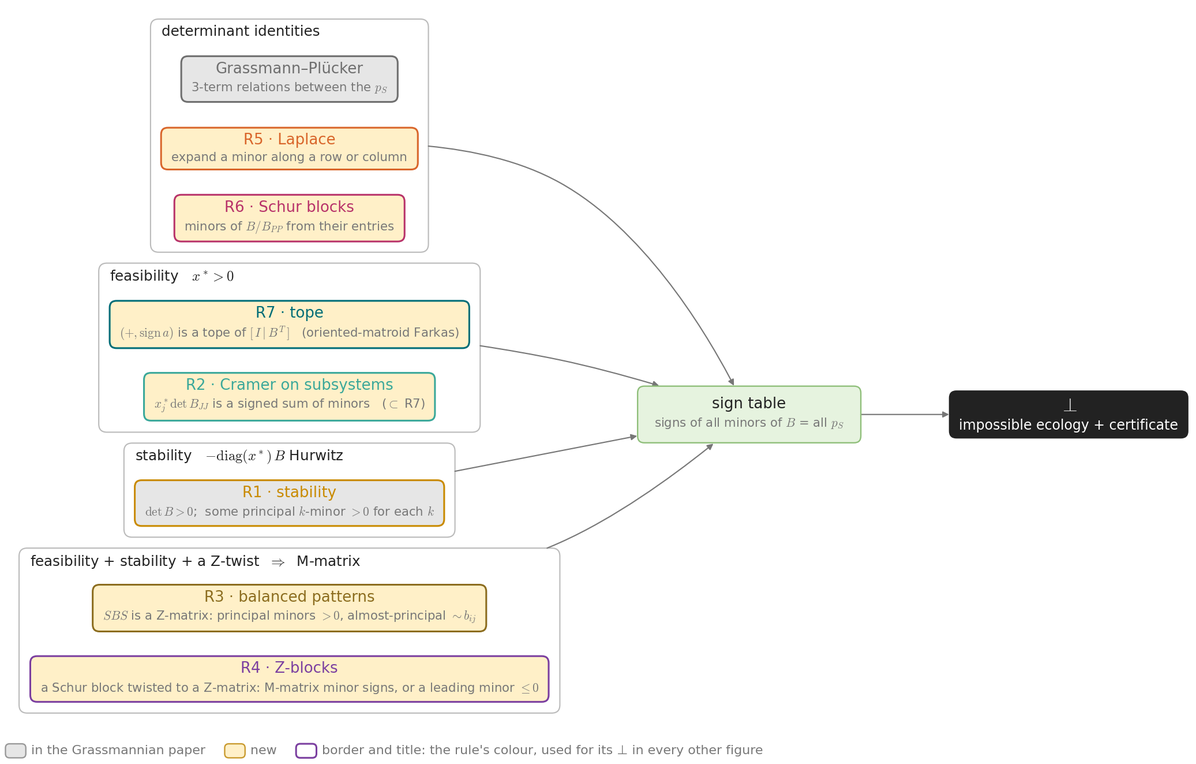
Above: docs/figures/sign_rules.png in gescholt/signrules (Graphviz), before the change. Its source is kept beside it as docs/figures/sign_rules.dot. The source it was exported from:
```dot
digraph G {
  graph [rankdir=LR, nodesep=0.25, ranksep=0.9, fontname="Helvetica", fontsize=11, dpi=72, compound=true];
  node [fontname="Helvetica", fontsize=11, style="rounded,filled"];
  edge [arrowsize=0.6];
  subgraph "cluster_id" {
    style="rounded"; color="#bbbbbb"; margin=8.0; label="determinant identities"; fontsize=10.45; labeljust=l;
    "GP" [label="Grassmann–Plücker\n3-term relations between the p_S", shape=box, fillcolor="#e6e6e6", color="#6f6f6f"];
    "R5" [label="R5 · Laplace\nexpand a minor along a row or column", shape=box, fillcolor="#fff0c8", color="#d9662b"];
    "R6" [label="R6 · Schur blocks\nminors of B / B_PP from their entries", shape=box, fillcolor="#fff0c8", color="#b8336a"];
  }
  subgraph "cluster_feas" {
    style="rounded"; color="#bbbbbb"; margin=8.0; label="feasibility   x^* > 0"; fontsize=10.45; labeljust=l;
    "R7" [label="R7 · tope\n(+, sign a) is a tope of [ I \mid B^T ]   (oriented-matroid Farkas)", shape=box, fillcolor="#fff0c8", color="#006d77"];
    "R2" [label="R2 · Cramer on subsystems\nx^*_j det B_JJ is a signed sum of minors   (\subset R7)", shape=box, fillcolor="#fff0c8", color="#3aa89a"];
  }
  subgraph "cluster_stab" {
    style="rounded"; color="#bbbbbb"; margin=8.0; label="stability   −diag(x^*) B Hurwitz"; fontsize=10.45; labeljust=l;
    "R1" [label="R1 · stability\ndet B > 0;  some principal k-minor > 0 for each k", shape=box, fillcolor="#e6e6e6", color="#c98a00"];
  }
  subgraph "cluster_z" {
    style="rounded"; color="#bbbbbb"; margin=8.0; label="feasibility + stability + a Z-twist  ⇒  M-matrix"; fontsize=10.45; labeljust=l;
    "R3" [label="R3 · balanced patterns\nS B S is a Z-matrix: principal minors > 0, almost-principal \sim b_ij", shape=box, fillcolor="#fff0c8", color="#8c6d1f"];
    "R4" [label="R4 · Z-blocks\na Schur block twisted to a Z-matrix: M-matrix minor signs, or a leading minor ≤ 0", shape=box, fillcolor="#fff0c8", color="#7b3fa0"];
  }
  "table" [label="sign table\nsigns of all minors of B = all p_S", shape=box, fillcolor="#e6f3df", color="#8fbf7a"];
  "out" [label="⊥\nimpossible ecology + certificate", shape=box, fillcolor="#222222", color="#222222"];
  "R5" -> "table" [ltail="cluster_id", color="#777777"];
  "R7" -> "table" [ltail="cluster_feas", color="#777777"];
  "R1" -> "table" [ltail="cluster_stab", color="#777777"];
  "R3" -> "table" [ltail="cluster_z", color="#777777"];
  "table" -> "out" [color="#777777"];
}
```
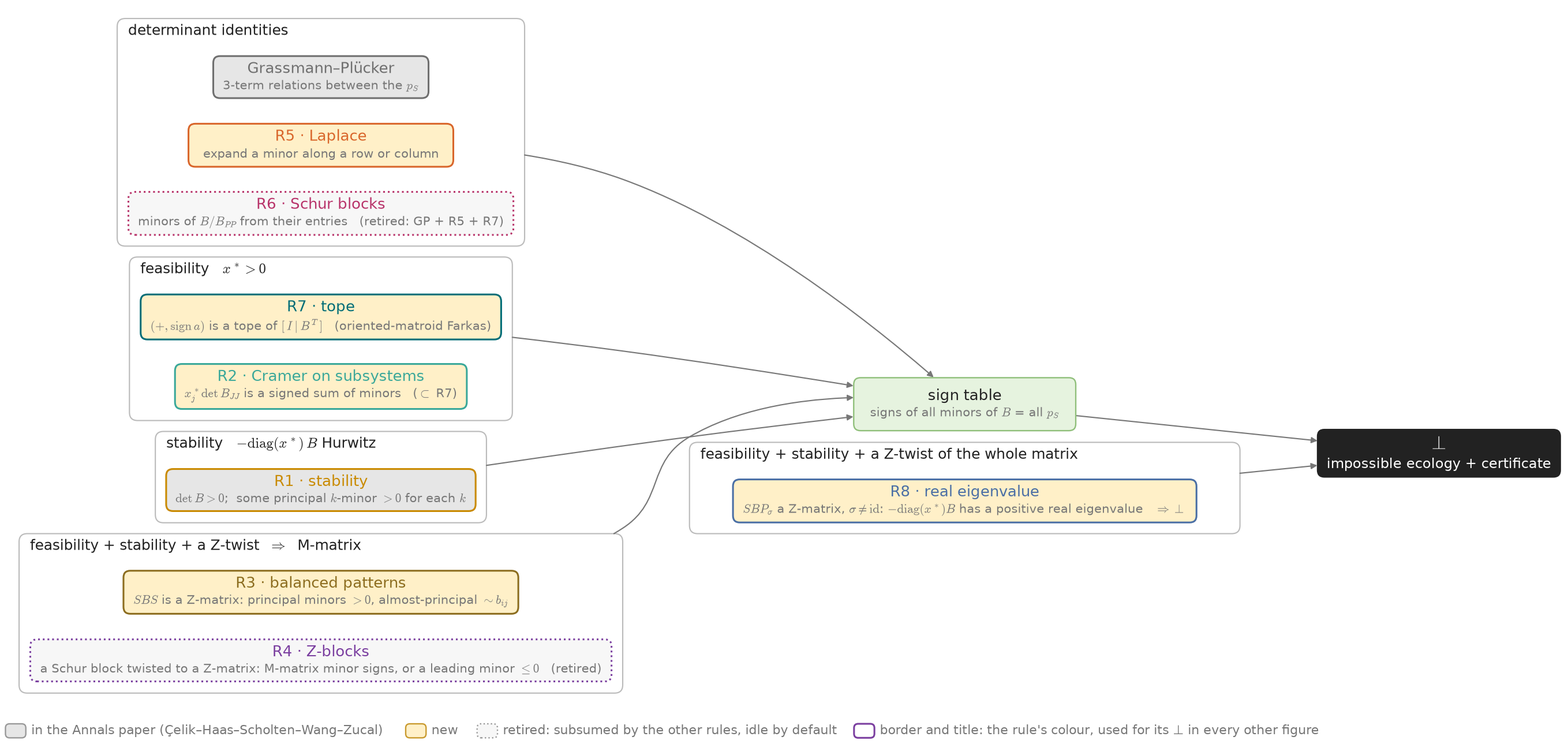
Above is the later version.

The edit, as a diff of the source:
```diff
@@ -6,7 +6,7 @@
     style="rounded"; color="#bbbbbb"; margin=8.0; label="determinant identities"; fontsize=10.45; labeljust=l;
     "GP" [label="Grassmann–Plücker\n3-term relations between the p_S", shape=box, fillcolor="#e6e6e6", color="#6f6f6f"];
     "R5" [label="R5 · Laplace\nexpand a minor along a row or column", shape=box, fillcolor="#fff0c8", color="#d9662b"];
-    "R6" [label="R6 · Schur blocks\nminors of B / B_PP from their entries", shape=box, fillcolor="#fff0c8", color="#b8336a"];
+    "R6" [label="R6 · Schur blocks\nminors of B / B_PP from their entries   (retired: GP + R5 + R7)", shape=box, fillcolor="#f7f7f7", color="#b8336a"];
   }
   subgraph "cluster_feas" {
     style="rounded"; color="#bbbbbb"; margin=8.0; label="feasibility   x^* > 0"; fontsize=10.45; labeljust=l;
@@ -20,7 +20,11 @@
   subgraph "cluster_z" {
     style="rounded"; color="#bbbbbb"; margin=8.0; label="feasibility + stability + a Z-twist  ⇒  M-matrix"; fontsize=10.45; labeljust=l;
     "R3" [label="R3 · balanced patterns\nS B S is a Z-matrix: principal minors > 0, almost-principal \sim b_ij", shape=box, fillcolor="#fff0c8", color="#8c6d1f"];
-    "R4" [label="R4 · Z-blocks\na Schur block twisted to a Z-matrix: M-matrix minor signs, or a leading minor ≤ 0", shape=box, fillcolor="#fff0c8", color="#7b3fa0"];
+    "R4" [label="R4 · Z-blocks\na Schur block twisted to a Z-matrix: M-matrix minor signs, or a leading minor ≤ 0   (retired)", shape=box, fillcolor="#f7f7f7", color="#7b3fa0"];
+  }
+  subgraph "cluster_eig" {
+    style="rounded"; color="#bbbbbb"; margin=8.0; label="feasibility + stability + a Z-twist of the whole matrix"; fontsize=10.45; labeljust=l;
+    "R8" [label="R8 · real eigenvalue\nS B P_σ a Z-matrix, σ ≠q id: −diag(x^*) B has a positive real eigenvalue   ⇒ ⊥", shape=box, fillcolor="#fff0c8", color="#4a6fa5"];
   }
   "table" [label="sign table\nsigns of all minors of B = all p_S", shape=box, fillcolor="#e6f3df", color="#8fbf7a"];
   "out" [label="⊥\nimpossible ecology + certificate", shape=box, fillcolor="#222222", color="#222222"];
@@ -29,4 +33,5 @@
   "R1" -> "table" [ltail="cluster_stab", color="#777777"];
   "R3" -> "table" [ltail="cluster_z", color="#777777"];
   "table" -> "out" [color="#777777"];
+  "R8" -> "out" [ltail="cluster_eig", color="#777777"];
 }
```
